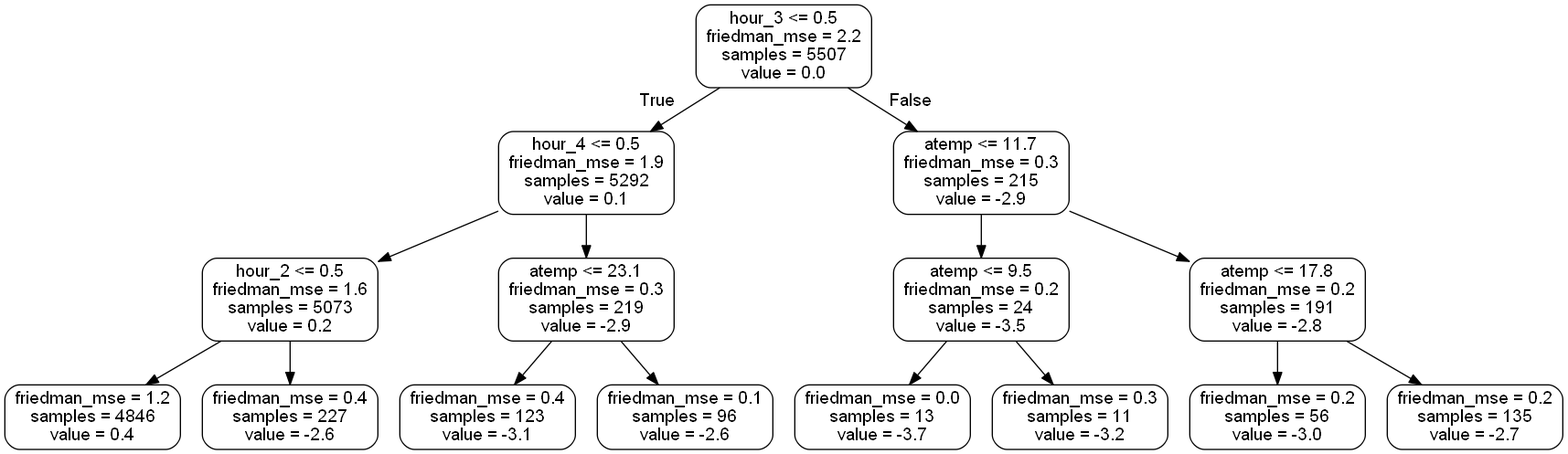
Before: Images/tree2.png, a diagram exported from Graphviz (shashankvmaiya/Bike-Sharing-Demand-Prediction). Its source is kept beside it as Images/tree2.dot. Its diagram source:
```dot
digraph Tree {
node [shape=box, style="rounded", color="black", fontname=helvetica] ;
edge [fontname=helvetica] ;
0 [label="hour_3 <= 0.5\nfriedman_mse = 2.2\nsamples = 5507\nvalue = 0.0"] ;
1 [label="hour_4 <= 0.5\nfriedman_mse = 1.9\nsamples = 5292\nvalue = 0.1"] ;
0 -> 1 [labeldistance=2.5, labelangle=45, headlabel="True"] ;
2 [label="hour_2 <= 0.5\nfriedman_mse = 1.6\nsamples = 5073\nvalue = 0.2"] ;
1 -> 2 ;
3 [label="friedman_mse = 1.2\nsamples = 4846\nvalue = 0.4"] ;
2 -> 3 ;
4 [label="friedman_mse = 0.4\nsamples = 227\nvalue = -2.6"] ;
2 -> 4 ;
5 [label="atemp <= 23.1\nfriedman_mse = 0.3\nsamples = 219\nvalue = -2.9"] ;
1 -> 5 ;
6 [label="friedman_mse = 0.4\nsamples = 123\nvalue = -3.1"] ;
5 -> 6 ;
7 [label="friedman_mse = 0.1\nsamples = 96\nvalue = -2.6"] ;
5 -> 7 ;
8 [label="atemp <= 11.7\nfriedman_mse = 0.3\nsamples = 215\nvalue = -2.9"] ;
0 -> 8 [labeldistance=2.5, labelangle=-45, headlabel="False"] ;
9 [label="atemp <= 9.5\nfriedman_mse = 0.2\nsamples = 24\nvalue = -3.5"] ;
8 -> 9 ;
10 [label="friedman_mse = 0.0\nsamples = 13\nvalue = -3.7"] ;
9 -> 10 ;
11 [label="friedman_mse = 0.3\nsamples = 11\nvalue = -3.2"] ;
9 -> 11 ;
12 [label="atemp <= 17.8\nfriedman_mse = 0.2\nsamples = 191\nvalue = -2.8"] ;
8 -> 12 ;
13 [label="friedman_mse = 0.2\nsamples = 56\nvalue = -3.0"] ;
12 -> 13 ;
14 [label="friedman_mse = 0.2\nsamples = 135\nvalue = -2.7"] ;
12 -> 14 ;
}
```
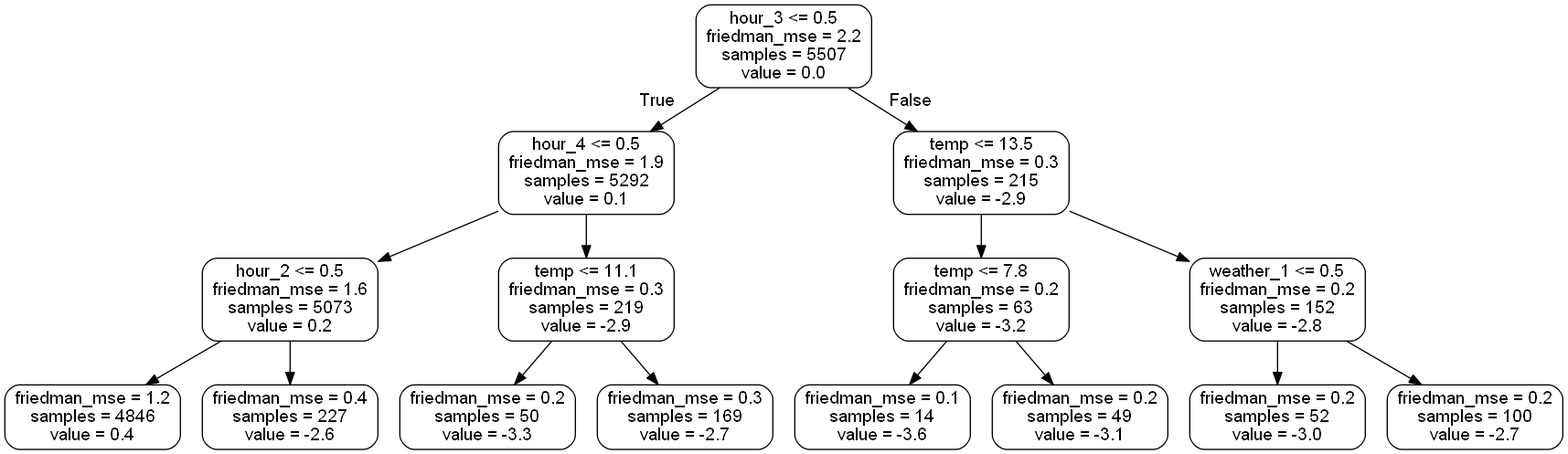
Above is the later version.

The edit, as a diff of the source:
```diff
@@ -10,24 +10,24 @@
 2 -> 3 ;
 4 [label="friedman_mse = 0.4\nsamples = 227\nvalue = -2.6"] ;
 2 -> 4 ;
-5 [label="atemp <= 23.1\nfriedman_mse = 0.3\nsamples = 219\nvalue = -2.9"] ;
+5 [label="temp <= 11.1\nfriedman_mse = 0.3\nsamples = 219\nvalue = -2.9"] ;
 1 -> 5 ;
-6 [label="friedman_mse = 0.4\nsamples = 123\nvalue = -3.1"] ;
+6 [label="friedman_mse = 0.2\nsamples = 50\nvalue = -3.3"] ;
 5 -> 6 ;
-7 [label="friedman_mse = 0.1\nsamples = 96\nvalue = -2.6"] ;
+7 [label="friedman_mse = 0.3\nsamples = 169\nvalue = -2.7"] ;
 5 -> 7 ;
-8 [label="atemp <= 11.7\nfriedman_mse = 0.3\nsamples = 215\nvalue = -2.9"] ;
+8 [label="temp <= 13.5\nfriedman_mse = 0.3\nsamples = 215\nvalue = -2.9"] ;
 0 -> 8 [labeldistance=2.5, labelangle=-45, headlabel="False"] ;
-9 [label="atemp <= 9.5\nfriedman_mse = 0.2\nsamples = 24\nvalue = -3.5"] ;
+9 [label="temp <= 7.8\nfriedman_mse = 0.2\nsamples = 63\nvalue = -3.2"] ;
 8 -> 9 ;
-10 [label="friedman_mse = 0.0\nsamples = 13\nvalue = -3.7"] ;
+10 [label="friedman_mse = 0.1\nsamples = 14\nvalue = -3.6"] ;
 9 -> 10 ;
-11 [label="friedman_mse = 0.3\nsamples = 11\nvalue = -3.2"] ;
+11 [label="friedman_mse = 0.2\nsamples = 49\nvalue = -3.1"] ;
 9 -> 11 ;
-12 [label="atemp <= 17.8\nfriedman_mse = 0.2\nsamples = 191\nvalue = -2.8"] ;
+12 [label="weather_1 <= 0.5\nfriedman_mse = 0.2\nsamples = 152\nvalue = -2.8"] ;
 8 -> 12 ;
-13 [label="friedman_mse = 0.2\nsamples = 56\nvalue = -3.0"] ;
+13 [label="friedman_mse = 0.2\nsamples = 52\nvalue = -3.0"] ;
 12 -> 13 ;
-14 [label="friedman_mse = 0.2\nsamples = 135\nvalue = -2.7"] ;
+14 [label="friedman_mse = 0.2\nsamples = 100\nvalue = -2.7"] ;
 12 -> 14 ;
 }
```
